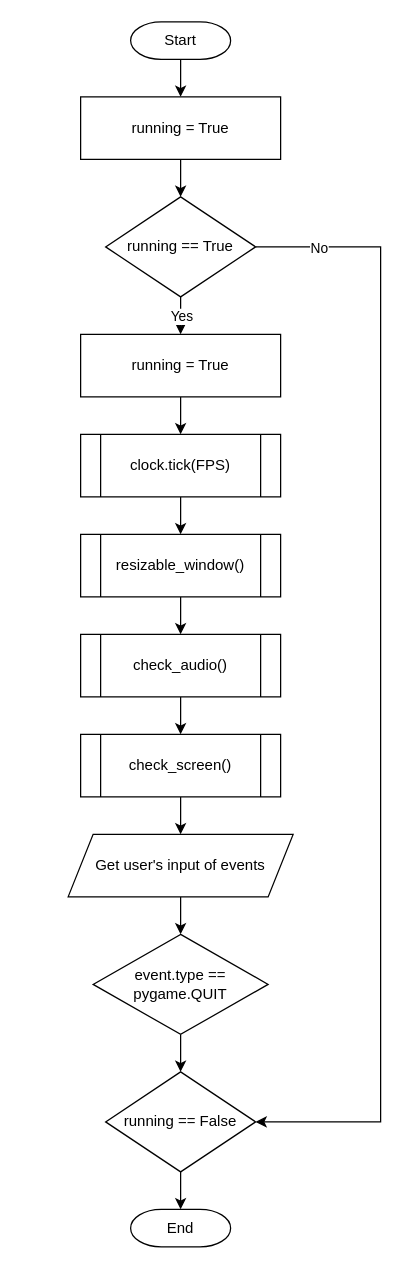
Earlier version of the draw.io diagram diagrams/algorithms/gameLoop.drawio (Bxnetic/wahtype). Source tidied: cells renumbered, new cells numbered last; positions are measured from the earlier drawing's top-left corner, leaving out a move shared by most shapes. Both pictures are drawn from the tidied source at 125%, with x=0, y=0 at pixel (68, 21).
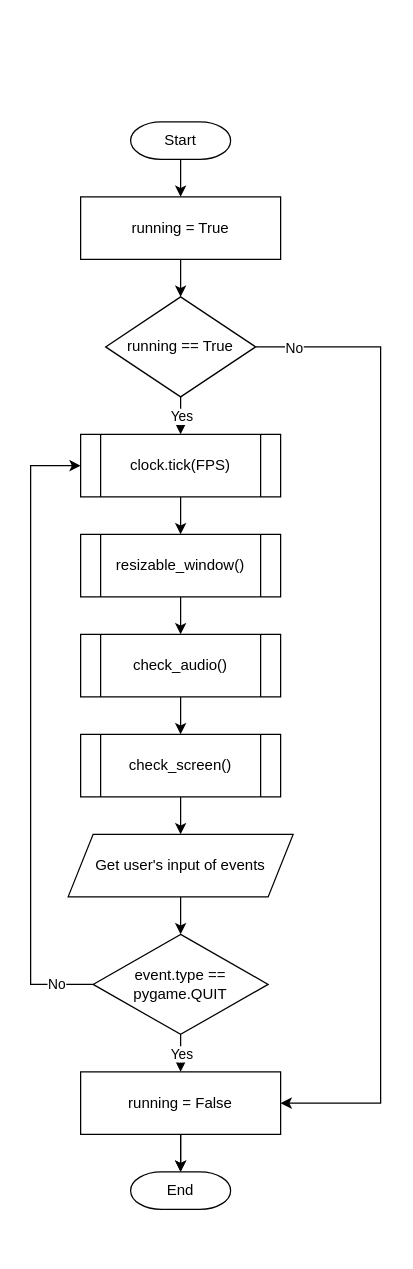
Above is the later version.

Unchanged cells that the change refers to:
```xml
<mxCell id="16" value="&lt;div&gt;Get user's input of events&lt;/div&gt;" style="shape=parallelogram;perimeter=parallelogramPerimeter;whiteSpace=wrap;html=1;fixedSize=1;" parent="1" vertex="1">
  <mxGeometry y="650" width="180" height="50" as="geometry" />
</mxCell>
<mxCell id="18" value="event.type == pygame.QUIT" style="rhombus;whiteSpace=wrap;html=1;" parent="1" vertex="1">
  <mxGeometry x="20" y="730" width="140" height="80" as="geometry" />
</mxCell>
<mxCell id="24" value="clock.tick(FPS)" style="shape=process;whiteSpace=wrap;html=1;backgroundOutline=1;" parent="1" vertex="1">
  <mxGeometry x="10" y="330" width="160" height="50" as="geometry" />
</mxCell>
<mxCell id="25" value="resizable_window()" style="shape=process;whiteSpace=wrap;html=1;backgroundOutline=1;" parent="1" vertex="1">
  <mxGeometry x="10" y="410" width="160" height="50" as="geometry" />
</mxCell>
<mxCell id="26" value="check_audio()" style="shape=process;whiteSpace=wrap;html=1;backgroundOutline=1;" parent="1" vertex="1">
  <mxGeometry x="10" y="490" width="160" height="50" as="geometry" />
</mxCell>
```

What changed in the source:
```diff
@@
     <mxCell id="3" value="Start" style="strokeWidth=1;html=1;shape=mxgraph.flowchart.terminator;whiteSpace=wrap;" parent="1" vertex="1">
-      <mxGeometry x="50" width="80" height="30" as="geometry" />
+      <mxGeometry x="50" y="80" width="80" height="30" as="geometry" />
     </mxCell>
@@
     <mxCell id="5" value="running = True" style="rounded=0;whiteSpace=wrap;html=1;" parent="1" vertex="1">
-      <mxGeometry x="10" y="60" width="160" height="50" as="geometry" />
+      <mxGeometry x="10" y="140" width="160" height="50" as="geometry" />
     </mxCell>
-    <mxCell id="6" style="endArrow=classic;html=1;rounded=0;exitX=0.5;exitY=1;exitDx=0;exitDy=0;entryX=0.5;entryY=0;entryDx=0;entryDy=0;" parent="1" edge="1" source="8" target="10">
-      <mxGeometry relative="1" as="geometry" />
+    <mxCell id="6" style="endArrow=classic;html=1;rounded=0;exitX=0.5;exitY=1;exitDx=0;exitDy=0;entryX=0.5;entryY=0;entryDx=0;entryDy=0;" parent="1" edge="1" source="8">
+      <mxGeometry relative="1" as="geometry">
+        <mxPoint x="90" y="330" as="targetPoint" />
+      </mxGeometry>
     </mxCell>
@@
     <mxCell id="8" value="running == True" style="rhombus;whiteSpace=wrap;html=1;" parent="1" vertex="1">
-      <mxGeometry x="30" y="140" width="120" height="80" as="geometry" />
+      <mxGeometry x="30" y="220" width="120" height="80" as="geometry" />
     </mxCell>
-    <mxCell id="9" style="edgeStyle=orthogonalEdgeStyle;rounded=0;jettySize=auto;html=1;exitX=0.5;exitY=1;exitDx=0;exitDy=0;entryX=0.5;entryY=0;entryDx=0;entryDy=0;" parent="1" edge="1" source="10" target="24">
-      <mxGeometry relative="1" as="geometry">
-        <Array as="points">
-          <mxPoint x="90" y="310" />
-          <mxPoint x="90" y="310" />
-        </Array>
-      </mxGeometry>
-    </mxCell>
-    <mxCell id="10" value="running = True" style="rounded=0;whiteSpace=wrap;html=1;" parent="1" vertex="1">
-      <mxGeometry x="10" y="250" width="160" height="50" as="geometry" />
-    </mxCell>
-    <mxCell id="11" style="edgeStyle=orthogonalEdgeStyle;rounded=0;jettySize=auto;html=1;exitX=0.5;exitY=1;exitDx=0;exitDy=0;" parent="1" edge="1" source="24">
-      <mxGeometry relative="1" as="geometry">
-        <mxPoint x="90" y="410" as="targetPoint" />
-        <Array as="points">
-          <mxPoint x="90" y="390" />
-          <mxPoint x="90" y="390" />
-        </Array>
-      </mxGeometry>
+    <mxCell id="11" style="edgeStyle=orthogonalEdgeStyle;rounded=0;jettySize=auto;html=1;exitX=0.5;exitY=1;exitDx=0;exitDy=0;entryX=0.5;entryY=0;entryDx=0;entryDy=0;" parent="1" edge="1" source="24" target="25">
+      <mxGeometry relative="1" as="geometry" />
     </mxCell>
     <mxCell id="12" style="edgeStyle=orthogonalEdgeStyle;rounded=0;orthogonalLoop=1;jettySize=auto;html=1;exitX=0.5;exitY=1;exitDx=0;exitDy=0;entryX=0.5;entryY=0;entryDx=0;entryDy=0;" parent="1" edge="1">
       <mxGeometry relative="1" as="geometry">
-        <mxPoint x="90" y="460" as="sourcePoint" />
-        <mxPoint x="90" y="490" as="targetPoint" />
+        <mxPoint x="90" y="540" as="sourcePoint" />
+        <mxPoint x="90" y="570" as="targetPoint" />
       </mxGeometry>
     </mxCell>
     <mxCell id="13" style="edgeStyle=orthogonalEdgeStyle;rounded=0;orthogonalLoop=1;jettySize=auto;html=1;exitX=0.5;exitY=1;exitDx=0;exitDy=0;entryX=0.5;entryY=0;entryDx=0;entryDy=0;" parent="1" edge="1">
       <mxGeometry relative="1" as="geometry">
-        <mxPoint x="90" y="540" as="sourcePoint" />
-        <mxPoint x="90" y="570" as="targetPoint" />
+        <mxPoint x="90" y="620" as="sourcePoint" />
+        <mxPoint x="90" y="650" as="targetPoint" />
       </mxGeometry>
     </mxCell>
-    <mxCell id="14" style="edgeStyle=orthogonalEdgeStyle;rounded=0;jettySize=auto;html=1;exitX=0.5;exitY=1;exitDx=0;exitDy=0;entryX=0.5;entryY=0;entryDx=0;entryDy=0;" parent="1" edge="1" target="16">
-      <mxGeometry relative="1" as="geometry">
-        <mxPoint x="90" y="620" as="sourcePoint" />
-      </mxGeometry>
-    </mxCell>
@@
-    <mxCell id="17" style="edgeStyle=orthogonalEdgeStyle;rounded=0;jettySize=auto;html=1;exitX=0.5;exitY=1;exitDx=0;exitDy=0;entryX=0.5;entryY=0;entryDx=0;entryDy=0;" parent="1" edge="1" source="18" target="19">
-      <mxGeometry relative="1" as="geometry" />
-    </mxCell>
@@
-    <mxCell id="19" value="running == False" style="rhombus;whiteSpace=wrap;html=1;" parent="1" vertex="1">
-      <mxGeometry x="30" y="840" width="120" height="80" as="geometry" />
-    </mxCell>
     <mxCell id="20" value="End" style="strokeWidth=1;html=1;shape=mxgraph.flowchart.terminator;whiteSpace=wrap;" parent="1" vertex="1">
-      <mxGeometry x="50" y="950" width="80" height="30" as="geometry" />
+      <mxGeometry x="50" y="920" width="80" height="30" as="geometry" />
     </mxCell>
-    <mxCell id="21" style="edgeStyle=orthogonalEdgeStyle;rounded=0;jettySize=auto;html=1;exitX=0.5;exitY=1;exitDx=0;exitDy=0;entryX=0.5;entryY=0;entryDx=0;entryDy=0;entryPerimeter=0;" parent="1" edge="1" source="19" target="20">
-      <mxGeometry relative="1" as="geometry" />
+    <mxCell id="21" style="edgeStyle=orthogonalEdgeStyle;rounded=0;jettySize=auto;html=1;exitX=0.5;exitY=1;exitDx=0;exitDy=0;entryX=0.5;entryY=0;entryDx=0;entryDy=0;entryPerimeter=0;" parent="1" edge="1" target="20">
+      <mxGeometry relative="1" as="geometry">
+        <mxPoint x="90" y="890" as="sourcePoint" />
+      </mxGeometry>
     </mxCell>
-    <mxCell id="22" style="endArrow=classic;html=1;rounded=0;exitX=1;exitY=0.5;exitDx=0;exitDy=0;entryX=1;entryY=0.5;entryDx=0;entryDy=0;" parent="1" edge="1" source="8" target="19">
+    <mxCell id="22" style="endArrow=classic;html=1;rounded=0;exitX=1;exitY=0.5;exitDx=0;exitDy=0;entryX=1;entryY=0.5;entryDx=0;entryDy=0;" parent="1" edge="1" source="8" target="30">
       <mxGeometry relative="1" as="geometry">
         <Array as="points">
-          <mxPoint x="250" y="180" />
-          <mxPoint x="250" y="880" />
+          <mxPoint x="250" y="260" />
+          <mxPoint x="250" y="865" />
         </Array>
       </mxGeometry>
     </mxCell>
     <mxCell id="23" value="No" style="edgeLabel;html=1;align=center;verticalAlign=middle;" parent="22" vertex="1">
       <mxGeometry relative="1" as="geometry">
-        <mxPoint x="-50" y="-350" as="offset" />
+        <mxPoint x="-70" y="-293" as="offset" />
       </mxGeometry>
     </mxCell>
@@
+    <mxCell id="28" style="edgeStyle=orthogonalEdgeStyle;rounded=0;jettySize=auto;html=1;exitX=0.5;exitY=1;exitDx=0;exitDy=0;entryX=0.5;entryY=0;entryDx=0;entryDy=0;" parent="1" edge="1" source="25" target="26">
+      <mxGeometry relative="1" as="geometry" />
+    </mxCell>
@@
+    <mxCell id="29" style="edgeStyle=orthogonalEdgeStyle;rounded=0;jettySize=auto;html=1;exitX=0.5;exitY=1;exitDx=0;exitDy=0;" parent="1" edge="1" source="30" target="20">
+      <mxGeometry relative="1" as="geometry" />
+    </mxCell>
+    <mxCell id="30" value="running = False" style="rounded=0;whiteSpace=wrap;html=1;" parent="1" vertex="1">
+      <mxGeometry x="10" y="840" width="160" height="50" as="geometry" />
+    </mxCell>
+    <mxCell id="31" style="endArrow=classic;html=1;rounded=0;entryX=0;entryY=0.5;entryDx=0;entryDy=0;exitX=0;exitY=0.5;exitDx=0;exitDy=0;" parent="1" edge="1" source="18" target="24">
+      <mxGeometry relative="1" as="geometry">
+        <Array as="points">
+          <mxPoint x="-30" y="770" />
+          <mxPoint x="-30" y="355" />
+        </Array>
+      </mxGeometry>
+    </mxCell>
+    <mxCell id="32" value="No" style="edgeLabel;html=1;align=center;verticalAlign=middle;" parent="31" vertex="1">
+      <mxGeometry relative="1" as="geometry">
+        <mxPoint x="20" y="202" as="offset" />
+      </mxGeometry>
+    </mxCell>
+    <mxCell id="33" style="endArrow=classic;html=1;rounded=0;entryX=0.5;entryY=0;entryDx=0;entryDy=0;exitX=0.5;exitY=1;exitDx=0;exitDy=0;" parent="1" edge="1" source="18" target="30">
+      <mxGeometry relative="1" as="geometry" />
+    </mxCell>
+    <mxCell id="34" value="Yes" style="edgeLabel;html=1;align=center;verticalAlign=middle;" parent="33" vertex="1">
+      <mxGeometry relative="1" as="geometry" />
+    </mxCell>
```
